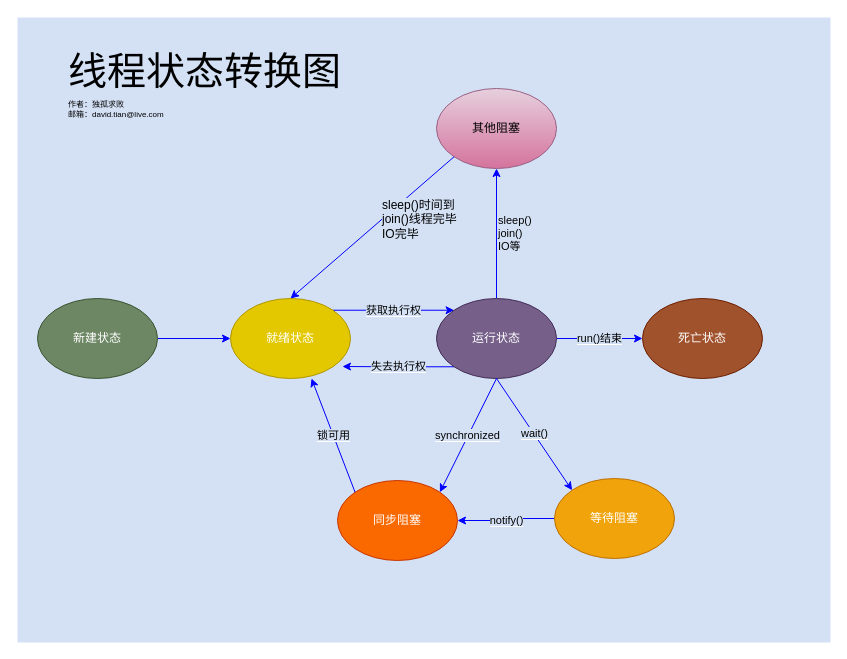
Before: java/thread/Thread Status Change.drawio in dvtn/docs, a draw.io diagram. Source tidied: cells renumbered, new cells numbered last; positions are measured from the earlier drawing's top-left corner, leaving out a move shared by most shapes. Both pictures are drawn from the tidied source at 100%, with x=0, y=0 at pixel (17, 17).
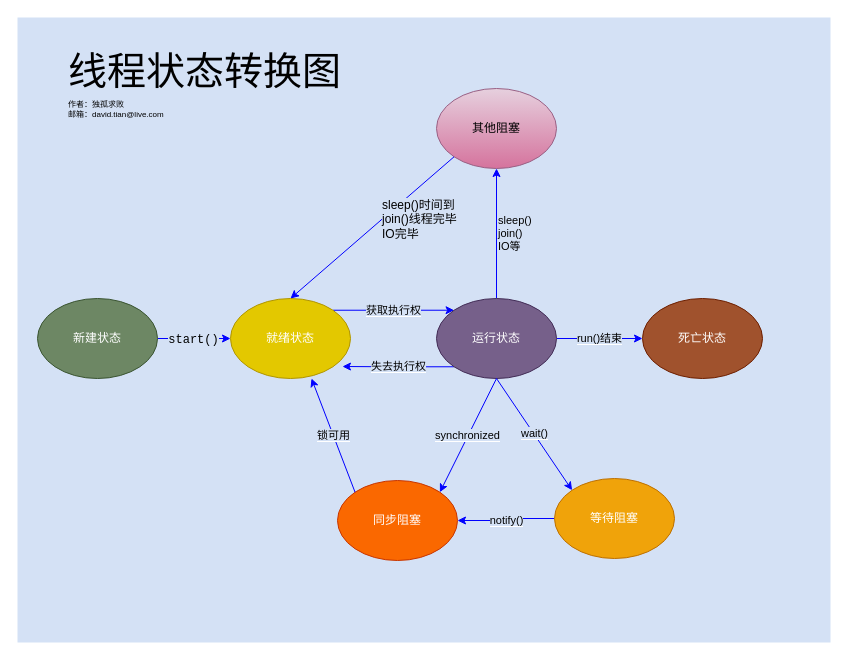
Above is the later version.

The change refers to these unchanged cells:
```xml
<mxCell id="3" style="edgeStyle=orthogonalEdgeStyle;rounded=0;jettySize=auto;html=1;exitX=1;exitY=0.5;exitDx=0;exitDy=0;entryX=0;entryY=0.5;entryDx=0;entryDy=0;labelBorderColor=none;strokeColor=#0000FF;" parent="1" edge="1" source="4" target="6">
  <mxGeometry relative="1" as="geometry" />
</mxCell>
```

Change to the diagram source:
```diff
@@
+    <mxCell id="22" value="start()" style="text;html=1;align=center;verticalAlign=middle;labelBackgroundColor=#D4E1F5;fontFamily=Courier New;" parent="3" vertex="1">
+      <mxGeometry x="-0.04" y="-1" relative="1" as="geometry" />
+    </mxCell>
```
